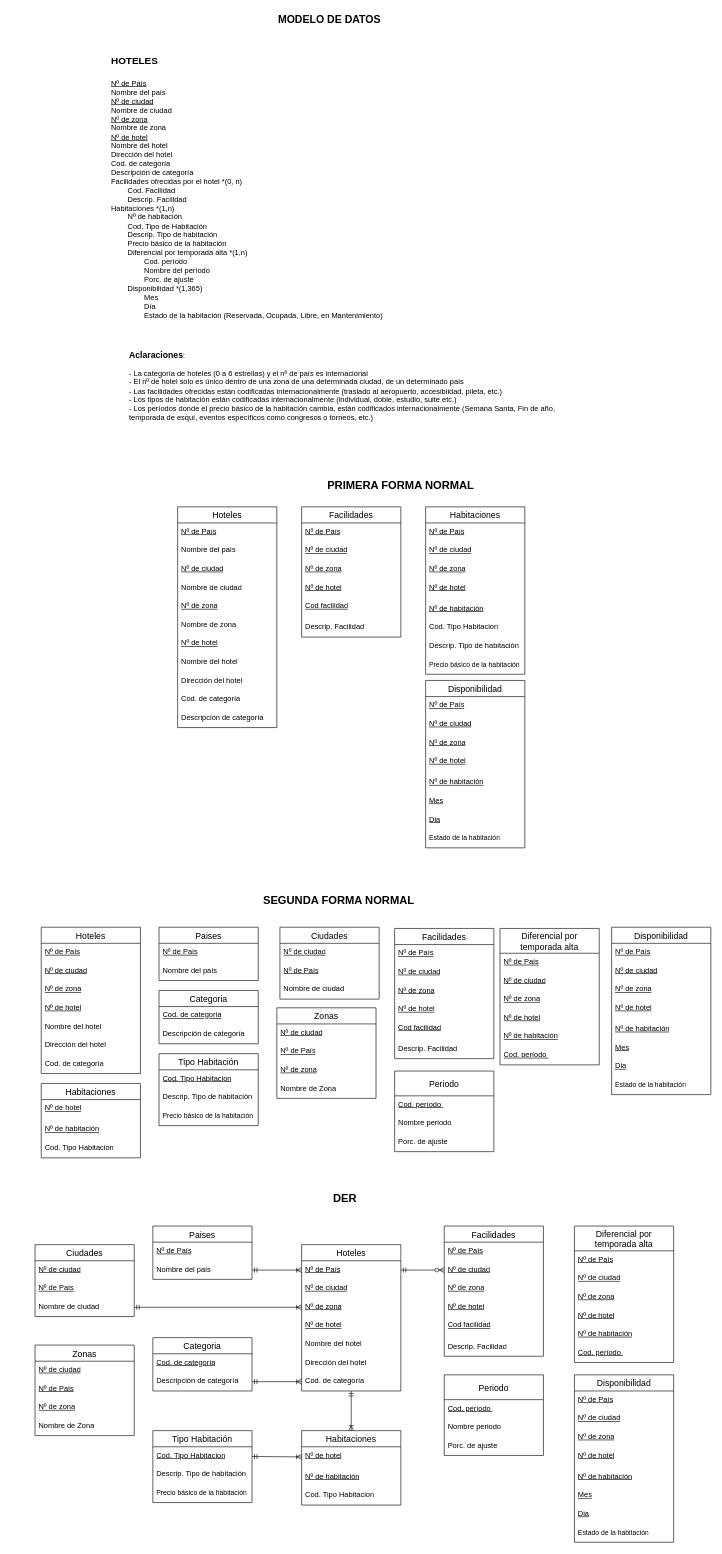
This is Diagrama-Entidad-Relacion.drawio from FrancoSimonFormia/TP-Hoteles-DABD-Grupo11, a draw.io file, before an edit. Source tidied: cells renumbered, new cells numbered last; positions are measured from the earlier drawing's top-left corner, leaving out a move shared by most shapes. Both pictures are drawn from the tidied source at 62%, with x=0, y=0 at pixel (35, 11).
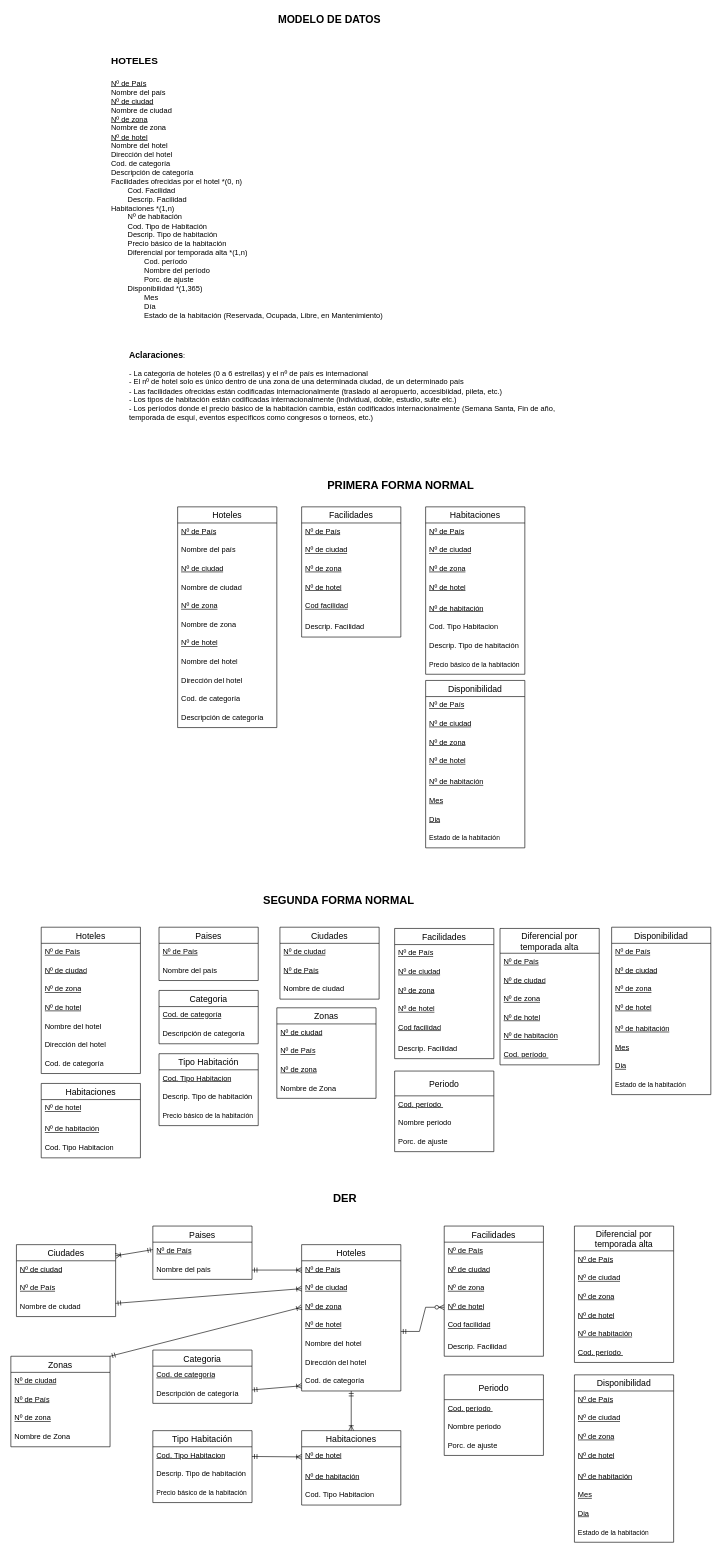
Above is the later version.

Commit message:
Relacion Zonas-Hoteles y Paises-Ciudades

Unchanged cells that the change refers to:
```xml
<mxCell id="104" value="&lt;u&gt;Nº de País&lt;/u&gt;&lt;div&gt;&lt;br&gt;&lt;/div&gt;" style="text;strokeColor=none;fillColor=none;spacingLeft=4;spacingRight=4;overflow=hidden;points=[[0,0.5],[1,0.5]];portConstraint=eastwest;fontSize=12;whiteSpace=wrap;html=1;" parent="103" vertex="1">
  <mxGeometry y="26" width="160" height="30" as="geometry" />
</mxCell>
<mxCell id="105" value="&lt;u&gt;Nº de ciudad&lt;/u&gt;&lt;div&gt;&lt;br&gt;&lt;/div&gt;" style="text;strokeColor=none;fillColor=none;spacingLeft=4;spacingRight=4;overflow=hidden;points=[[0,0.5],[1,0.5]];portConstraint=eastwest;fontSize=12;whiteSpace=wrap;html=1;" parent="103" vertex="1">
  <mxGeometry y="56" width="160" height="30" as="geometry" />
</mxCell>
<mxCell id="106" value="&lt;u&gt;Nº de zona&lt;/u&gt;&lt;div&gt;&lt;br&gt;&lt;/div&gt;" style="text;strokeColor=none;fillColor=none;spacingLeft=4;spacingRight=4;overflow=hidden;points=[[0,0.5],[1,0.5]];portConstraint=eastwest;fontSize=12;whiteSpace=wrap;html=1;" parent="103" vertex="1">
  <mxGeometry y="86" width="160" height="30" as="geometry" />
</mxCell>
<mxCell id="128" value="Nombre de ciudad&lt;div&gt;&lt;br&gt;&lt;/div&gt;" style="text;strokeColor=none;fillColor=none;spacingLeft=4;spacingRight=4;overflow=hidden;points=[[0,0.5],[1,0.5]];portConstraint=eastwest;fontSize=12;whiteSpace=wrap;html=1;" parent="125" vertex="1">
  <mxGeometry y="86" width="160" height="30" as="geometry" />
</mxCell>
<mxCell id="136" value="&lt;u&gt;Nº de ciudad&lt;/u&gt;&lt;div&gt;&lt;br&gt;&lt;/div&gt;" style="text;strokeColor=none;fillColor=none;spacingLeft=4;spacingRight=4;overflow=hidden;points=[[0,0.5],[1,0.5]];portConstraint=eastwest;fontSize=12;whiteSpace=wrap;html=1;" parent="134" vertex="1">
  <mxGeometry y="56" width="160" height="30" as="geometry" />
</mxCell>
<mxCell id="138" value="&lt;u&gt;Nº de hotel&lt;/u&gt;&lt;div&gt;&lt;br&gt;&lt;/div&gt;" style="text;strokeColor=none;fillColor=none;spacingLeft=4;spacingRight=4;overflow=hidden;points=[[0,0.5],[1,0.5]];portConstraint=eastwest;fontSize=12;whiteSpace=wrap;html=1;" parent="134" vertex="1">
  <mxGeometry y="116" width="160" height="30" as="geometry" />
</mxCell>
```

Diff of the diagram source:
```diff
@@
     <mxCell id="118" value="Categoria" style="swimlane;fontStyle=0;horizontal=1;startSize=26;align=center;fontSize=14;" parent="1" vertex="1">
-      <mxGeometry x="190" y="2140" width="160" height="86" as="geometry" />
+      <mxGeometry x="190" y="2160" width="160" height="86" as="geometry" />
     </mxCell>
@@
     <mxCell id="125" value="Ciudades" style="swimlane;fontStyle=0;horizontal=1;startSize=26;align=center;fontSize=14;" parent="1" vertex="1">
-      <mxGeometry y="1990" width="160" height="116" as="geometry" />
+      <mxGeometry x="-30" y="1990" width="160" height="116" as="geometry" />
     </mxCell>
@@
     <mxCell id="129" value="Zonas" style="swimlane;fontStyle=0;horizontal=1;startSize=26;align=center;fontSize=14;" parent="1" vertex="1">
-      <mxGeometry y="2152" width="160" height="146" as="geometry" />
+      <mxGeometry x="-39" y="2170" width="160" height="146" as="geometry" />
     </mxCell>
@@
-    <mxCell id="163" style="fontSize=12;html=1;endArrow=ERoneToMany;startArrow=ERmandOne;rounded=0;" parent="1" edge="1" source="128" target="106">
+    <mxCell id="163" style="fontSize=12;html=1;endArrow=ERoneToMany;startArrow=ERmandOne;rounded=0;entryX=0;entryY=0.5;entryDx=0;entryDy=0;" parent="1" edge="1" source="128" target="105">
       <mxGeometry relative="1" as="geometry" />
     </mxCell>
@@
-    <mxCell id="165" style="edgeStyle=entityRelationEdgeStyle;fontSize=12;html=1;endArrow=ERzeroToMany;startArrow=ERmandOne;rounded=0;exitX=1;exitY=0.5;exitDx=0;exitDy=0;entryX=0;entryY=0.5;entryDx=0;entryDy=0;fillColor=none;strokeColor=default;shadow=0;" parent="1" edge="1" source="104" target="136">
-      <mxGeometry relative="1" as="geometry" />
+    <mxCell id="165" style="edgeStyle=entityRelationEdgeStyle;fontSize=12;html=1;endArrow=ERzeroToMany;startArrow=ERmandOne;rounded=0;exitX=1;exitY=0.5;exitDx=0;exitDy=0;entryX=0;entryY=0.5;entryDx=0;entryDy=0;fillColor=none;strokeColor=default;shadow=0;" parent="1" edge="1" target="138">
+      <mxGeometry relative="1" as="geometry">
+        <mxPoint x="590" y="2130" as="sourcePoint" />
+      </mxGeometry>
     </mxCell>
@@
+    <mxCell id="167" style="fontSize=12;html=1;endArrow=ERoneToMany;startArrow=ERmandOne;rounded=0;" parent="1" edge="1">
+      <mxGeometry relative="1" as="geometry">
+        <mxPoint x="190" y="1998" as="sourcePoint" />
+        <mxPoint x="130" y="2008" as="targetPoint" />
+      </mxGeometry>
+    </mxCell>
+    <mxCell id="168" style="fontSize=12;html=1;endArrow=ERoneToMany;startArrow=ERmandOne;rounded=0;entryX=0;entryY=0.5;entryDx=0;entryDy=0;exitX=1;exitY=0;exitDx=0;exitDy=0;" parent="1" edge="1" source="129" target="106">
+      <mxGeometry relative="1" as="geometry" />
+    </mxCell>
```
